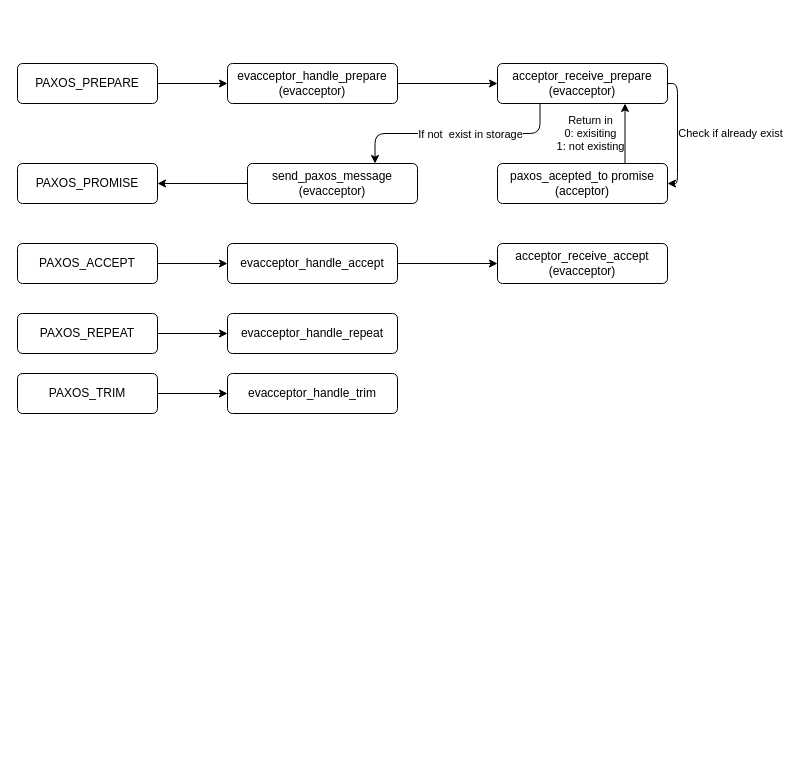
Earlier version of the draw.io diagram Dokumente/Diagramme/Gedankenstütze/Ablauf.drawio (AnonyMIkus/sciascid-libpaxos-d255f8b67a32). Source tidied: cells renumbered, new cells numbered last; positions are measured from the earlier drawing's top-left corner, leaving out a move shared by most shapes. Both pictures are drawn from the tidied source at 100%, with x=0, y=0 at pixel (17, 63).
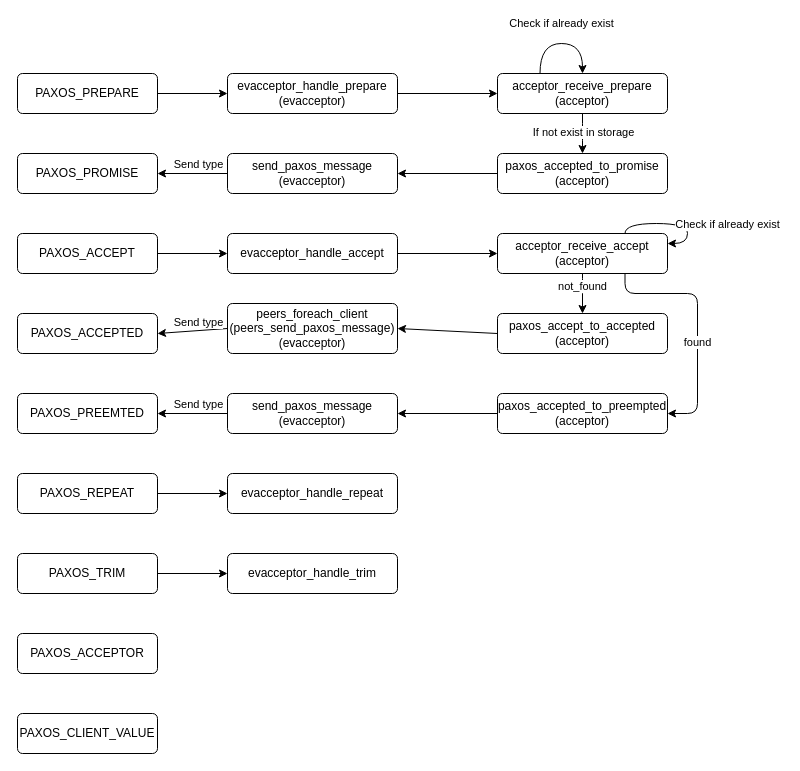
After the change.

The change refers to these unchanged cells:
```xml
<mxCell id="21" style="endArrow=classic;html=1;rounded=0;exitX=0;exitY=0.5;exitDx=0;exitDy=0;entryX=1;entryY=0.5;entryDx=0;entryDy=0;" parent="1" edge="1" source="20" target="17">
  <mxGeometry relative="1" as="geometry" />
</mxCell>
```

The edit, as a diff of the source:
```diff
@@
     <mxCell id="2" value="PAXOS_PREPARE" style="html=1;align=center;verticalAlign=middle;rounded=1;absoluteArcSize=1;arcSize=10;dashed=0;whiteSpace=wrap;" parent="1" vertex="1">
-      <mxGeometry width="140" height="40" as="geometry" />
+      <mxGeometry y="10" width="140" height="40" as="geometry" />
     </mxCell>
     <mxCell id="3" value="PAXOS_ACCEPT" style="html=1;align=center;verticalAlign=middle;rounded=1;absoluteArcSize=1;arcSize=10;dashed=0;whiteSpace=wrap;" parent="1" vertex="1">
-      <mxGeometry y="180" width="140" height="40" as="geometry" />
+      <mxGeometry y="170" width="140" height="40" as="geometry" />
     </mxCell>
     <mxCell id="4" value="PAXOS_TRIM" style="html=1;align=center;verticalAlign=middle;rounded=1;absoluteArcSize=1;arcSize=10;dashed=0;whiteSpace=wrap;" parent="1" vertex="1">
-      <mxGeometry y="310" width="140" height="40" as="geometry" />
+      <mxGeometry y="490" width="140" height="40" as="geometry" />
     </mxCell>
     <mxCell id="5" value="PAXOS_REPEAT" style="html=1;align=center;verticalAlign=middle;rounded=1;absoluteArcSize=1;arcSize=10;dashed=0;whiteSpace=wrap;" parent="1" vertex="1">
-      <mxGeometry y="250" width="140" height="40" as="geometry" />
+      <mxGeometry y="410" width="140" height="40" as="geometry" />
     </mxCell>
     <mxCell id="6" value="evacceptor_handle_prepare&lt;br&gt;(evacceptor)" style="html=1;align=center;verticalAlign=middle;rounded=1;absoluteArcSize=1;arcSize=10;dashed=0;whiteSpace=wrap;" parent="1" vertex="1">
-      <mxGeometry x="210" width="170" height="40" as="geometry" />
+      <mxGeometry x="210" y="10" width="170" height="40" as="geometry" />
     </mxCell>
     <mxCell id="7" value="evacceptor_handle_accept" style="html=1;align=center;verticalAlign=middle;rounded=1;absoluteArcSize=1;arcSize=10;dashed=0;whiteSpace=wrap;" parent="1" vertex="1">
-      <mxGeometry x="210" y="180" width="170" height="40" as="geometry" />
+      <mxGeometry x="210" y="170" width="170" height="40" as="geometry" />
     </mxCell>
     <mxCell id="8" value="evacceptor_handle_repeat" style="html=1;align=center;verticalAlign=middle;rounded=1;absoluteArcSize=1;arcSize=10;dashed=0;whiteSpace=wrap;" parent="1" vertex="1">
-      <mxGeometry x="210" y="250" width="170" height="40" as="geometry" />
+      <mxGeometry x="210" y="410" width="170" height="40" as="geometry" />
     </mxCell>
     <mxCell id="9" value="evacceptor_handle_trim" style="html=1;align=center;verticalAlign=middle;rounded=1;absoluteArcSize=1;arcSize=10;dashed=0;whiteSpace=wrap;" parent="1" vertex="1">
-      <mxGeometry x="210" y="310" width="170" height="40" as="geometry" />
+      <mxGeometry x="210" y="490" width="170" height="40" as="geometry" />
     </mxCell>
@@
-    <mxCell id="14" value="Return in&lt;br&gt;0: exisiting&lt;br&gt;1: not existing" style="edgeStyle=orthogonalEdgeStyle;rounded=1;jettySize=auto;html=1;exitX=0.75;exitY=0;exitDx=0;exitDy=0;entryX=0.75;entryY=1;entryDx=0;entryDy=0;" parent="1" edge="1" source="15" target="18">
-      <mxGeometry y="35" relative="1" as="geometry" />
+    <mxCell id="14" style="edgeStyle=orthogonalEdgeStyle;rounded=1;jettySize=auto;html=1;entryX=1;entryY=0.5;entryDx=0;entryDy=0;exitX=0;exitY=0.5;exitDx=0;exitDy=0;" parent="1" edge="1" source="15" target="20">
+      <mxGeometry y="48" relative="1" as="geometry">
+        <mxPoint x="1" as="offset" />
+      </mxGeometry>
     </mxCell>
-    <mxCell id="15" value="paxos_acepted_to promise&lt;br&gt;(acceptor)" style="html=1;align=center;verticalAlign=middle;rounded=1;absoluteArcSize=1;arcSize=10;dashed=0;whiteSpace=wrap;" parent="1" vertex="1">
-      <mxGeometry x="480" y="100" width="170" height="40" as="geometry" />
+    <mxCell id="15" value="paxos_accepted_to_promise&lt;br&gt;(acceptor)" style="html=1;align=center;verticalAlign=middle;rounded=1;absoluteArcSize=1;arcSize=10;dashed=0;whiteSpace=wrap;" parent="1" vertex="1">
+      <mxGeometry x="480" y="90" width="170" height="40" as="geometry" />
     </mxCell>
@@
     <mxCell id="17" value="PAXOS_PROMISE" style="html=1;align=center;verticalAlign=middle;rounded=1;absoluteArcSize=1;arcSize=10;dashed=0;whiteSpace=wrap;" parent="1" vertex="1">
-      <mxGeometry y="100" width="140" height="40" as="geometry" />
+      <mxGeometry y="90" width="140" height="40" as="geometry" />
     </mxCell>
-    <mxCell id="18" value="acceptor_receive_prepare&lt;br&gt;(evacceptor)" style="html=1;align=center;verticalAlign=middle;rounded=1;absoluteArcSize=1;arcSize=10;dashed=0;whiteSpace=wrap;" parent="1" vertex="1">
-      <mxGeometry x="480" width="170" height="40" as="geometry" />
+    <mxCell id="18" value="acceptor_receive_prepare&lt;br&gt;(acceptor)" style="html=1;align=center;verticalAlign=middle;rounded=1;absoluteArcSize=1;arcSize=10;dashed=0;whiteSpace=wrap;" parent="1" vertex="1">
+      <mxGeometry x="480" y="10" width="170" height="40" as="geometry" />
     </mxCell>
-    <mxCell id="19" value="Check if already exist" style="endArrow=classic;html=1;rounded=1;exitX=1;exitY=0.5;exitDx=0;exitDy=0;entryX=1;entryY=0.5;entryDx=0;entryDy=0;edgeStyle=orthogonalEdgeStyle;" parent="1" edge="1" source="18" target="15">
-      <mxGeometry y="53" relative="1" as="geometry" />
+    <mxCell id="19" value="Check if already exist" style="endArrow=classic;html=1;exitX=0.25;exitY=0;exitDx=0;exitDy=0;edgeStyle=orthogonalEdgeStyle;curved=1;entryX=0.5;entryY=0;entryDx=0;entryDy=0;" parent="1" edge="1" source="18" target="18">
+      <mxGeometry x="-0.01" y="20" relative="1" as="geometry">
+        <Array as="points">
+          <mxPoint x="523" y="-20" />
+          <mxPoint x="565" y="-20" />
+        </Array>
+      </mxGeometry>
     </mxCell>
     <mxCell id="20" value="send_paxos_message&lt;br&gt;(evacceptor)" style="html=1;align=center;verticalAlign=middle;rounded=1;absoluteArcSize=1;arcSize=10;dashed=0;whiteSpace=wrap;" parent="1" vertex="1">
-      <mxGeometry x="230" y="100" width="170" height="40" as="geometry" />
+      <mxGeometry x="210" y="90" width="170" height="40" as="geometry" />
     </mxCell>
@@
+    <mxCell id="26" value="Send type" style="edgeLabel;html=1;align=center;verticalAlign=middle;" parent="21" vertex="1">
+      <mxGeometry x="0.12" y="-2" relative="1" as="geometry">
+        <mxPoint x="9" y="-8" as="offset" />
+      </mxGeometry>
+    </mxCell>
-    <mxCell id="22" style="endArrow=classic;html=1;rounded=1;exitX=0.25;exitY=1;exitDx=0;exitDy=0;entryX=0.75;entryY=0;entryDx=0;entryDy=0;edgeStyle=elbowEdgeStyle;elbow=vertical;" parent="1" edge="1" source="18" target="20">
+    <mxCell id="22" style="endArrow=classic;html=1;rounded=1;exitX=0.5;exitY=1;exitDx=0;exitDy=0;edgeStyle=elbowEdgeStyle;elbow=vertical;" parent="1" edge="1" source="18" target="15">
       <mxGeometry relative="1" as="geometry" />
     </mxCell>
-    <mxCell id="23" value="If not&amp;nbsp; exist in storage" style="edgeLabel;html=1;align=center;verticalAlign=middle;" parent="22" vertex="1">
+    <mxCell id="23" value="If not exist in storage" style="edgeLabel;html=1;align=center;verticalAlign=middle;" parent="22" vertex="1">
       <mxGeometry x="-0.11" relative="1" as="geometry" />
     </mxCell>
-    <mxCell id="24" value="acceptor_receive_accept&lt;br&gt;(evacceptor)" style="html=1;align=center;verticalAlign=middle;rounded=1;absoluteArcSize=1;arcSize=10;dashed=0;whiteSpace=wrap;" parent="1" vertex="1">
-      <mxGeometry x="480" y="180" width="170" height="40" as="geometry" />
+    <mxCell id="24" value="acceptor_receive_accept&lt;br&gt;(acceptor)" style="html=1;align=center;verticalAlign=middle;rounded=1;absoluteArcSize=1;arcSize=10;dashed=0;whiteSpace=wrap;" parent="1" vertex="1">
+      <mxGeometry x="480" y="170" width="170" height="40" as="geometry" />
     </mxCell>
@@
+    <mxCell id="27" value="PAXOS_ACCEPTED" style="html=1;align=center;verticalAlign=middle;rounded=1;absoluteArcSize=1;arcSize=10;dashed=0;whiteSpace=wrap;" parent="1" vertex="1">
+      <mxGeometry y="250" width="140" height="40" as="geometry" />
+    </mxCell>
+    <mxCell id="28" value="PAXOS_ACCEPTOR" style="html=1;align=center;verticalAlign=middle;rounded=1;absoluteArcSize=1;arcSize=10;dashed=0;whiteSpace=wrap;" parent="1" vertex="1">
+      <mxGeometry y="570" width="140" height="40" as="geometry" />
+    </mxCell>
+    <mxCell id="29" value="PAXOS_CLIENT_VALUE" style="html=1;align=center;verticalAlign=middle;rounded=1;absoluteArcSize=1;arcSize=10;dashed=0;whiteSpace=wrap;" parent="1" vertex="1">
+      <mxGeometry y="650" width="140" height="40" as="geometry" />
+    </mxCell>
+    <mxCell id="30" value="PAXOS_PREEMTED" style="html=1;align=center;verticalAlign=middle;rounded=1;absoluteArcSize=1;arcSize=10;dashed=0;whiteSpace=wrap;" parent="1" vertex="1">
+      <mxGeometry y="330" width="140" height="40" as="geometry" />
+    </mxCell>
+    <mxCell id="31" style="edgeStyle=orthogonalEdgeStyle;rounded=1;jettySize=auto;html=1;exitX=0.5;exitY=1;exitDx=0;exitDy=0;entryX=0.5;entryY=0;entryDx=0;entryDy=0;" parent="1" edge="1" source="24" target="33">
+      <mxGeometry y="47" relative="1" as="geometry">
+        <Array as="points">
+          <mxPoint x="565" y="220" />
+          <mxPoint x="565" y="220" />
+        </Array>
+      </mxGeometry>
+    </mxCell>
+    <mxCell id="32" value="not_found" style="edgeLabel;html=1;align=center;verticalAlign=middle;" parent="31" vertex="1">
+      <mxGeometry x="-0.4" y="-1" relative="1" as="geometry" />
+    </mxCell>
+    <mxCell id="33" value="paxos_accept_to_accepted&lt;br&gt;(acceptor)" style="html=1;align=center;verticalAlign=middle;rounded=1;absoluteArcSize=1;arcSize=10;dashed=0;whiteSpace=wrap;" parent="1" vertex="1">
+      <mxGeometry x="480" y="250" width="170" height="40" as="geometry" />
+    </mxCell>
+    <mxCell id="34" value="Check if already exist" style="endArrow=classic;html=1;entryX=1;entryY=0.25;entryDx=0;entryDy=0;edgeStyle=orthogonalEdgeStyle;exitX=0.75;exitY=0;exitDx=0;exitDy=0;curved=1;" parent="1" edge="1" source="24" target="24">
+      <mxGeometry x="0.29" y="40" relative="1" as="geometry">
+        <Array as="points">
+          <mxPoint x="608" y="160" />
+          <mxPoint x="670" y="160" />
+          <mxPoint x="670" y="180" />
+        </Array>
+      </mxGeometry>
+    </mxCell>
+    <mxCell id="35" value="paxos_accepted_to_preempted&lt;br&gt;(acceptor)" style="html=1;align=center;verticalAlign=middle;rounded=1;absoluteArcSize=1;arcSize=10;dashed=0;whiteSpace=wrap;" parent="1" vertex="1">
+      <mxGeometry x="480" y="330" width="170" height="40" as="geometry" />
+    </mxCell>
+    <mxCell id="36" style="endArrow=classic;html=1;rounded=1;entryX=1;entryY=0.5;entryDx=0;entryDy=0;exitX=0.75;exitY=1;exitDx=0;exitDy=0;edgeStyle=orthogonalEdgeStyle;" parent="1" edge="1" source="24" target="35">
+      <mxGeometry relative="1" as="geometry">
+        <Array as="points">
+          <mxPoint x="608" y="230" />
+          <mxPoint x="680" y="230" />
+          <mxPoint x="680" y="350" />
+        </Array>
+      </mxGeometry>
+    </mxCell>
+    <mxCell id="37" value="found" style="edgeLabel;html=1;align=center;verticalAlign=middle;" parent="36" vertex="1">
+      <mxGeometry x="0.16" y="-1" relative="1" as="geometry" />
+    </mxCell>
+    <mxCell id="38" value="peers_foreach_client&lt;br&gt;(peers_send_paxos_message)&lt;br&gt;(evacceptor)" style="html=1;align=center;verticalAlign=middle;rounded=1;absoluteArcSize=1;arcSize=10;dashed=0;whiteSpace=wrap;" parent="1" vertex="1">
+      <mxGeometry x="210" y="240" width="170" height="50" as="geometry" />
+    </mxCell>
+    <mxCell id="39" value="send_paxos_message&lt;br&gt;(evacceptor)" style="html=1;align=center;verticalAlign=middle;rounded=1;absoluteArcSize=1;arcSize=10;dashed=0;whiteSpace=wrap;" parent="1" vertex="1">
+      <mxGeometry x="210" y="330" width="170" height="40" as="geometry" />
+    </mxCell>
+    <mxCell id="40" style="endArrow=classic;html=1;rounded=0;exitX=0;exitY=0.5;exitDx=0;exitDy=0;entryX=1;entryY=0.5;entryDx=0;entryDy=0;" parent="1" edge="1" source="35" target="39">
+      <mxGeometry relative="1" as="geometry" />
+    </mxCell>
+    <mxCell id="41" style="endArrow=classic;html=1;rounded=0;exitX=0;exitY=0.5;exitDx=0;exitDy=0;entryX=1;entryY=0.5;entryDx=0;entryDy=0;" parent="1" edge="1" source="33" target="38">
+      <mxGeometry relative="1" as="geometry" />
+    </mxCell>
+    <mxCell id="42" style="endArrow=classic;html=1;rounded=0;exitX=0;exitY=0.5;exitDx=0;exitDy=0;entryX=1;entryY=0.5;entryDx=0;entryDy=0;" parent="1" edge="1" source="39" target="30">
+      <mxGeometry relative="1" as="geometry" />
+    </mxCell>
+    <mxCell id="43" value="Send type" style="edgeLabel;html=1;align=center;verticalAlign=middle;" parent="42" vertex="1">
+      <mxGeometry x="0.31" relative="1" as="geometry">
+        <mxPoint x="16" y="-10" as="offset" />
+      </mxGeometry>
+    </mxCell>
+    <mxCell id="44" style="endArrow=classic;html=1;rounded=0;exitX=0;exitY=0.5;exitDx=0;exitDy=0;entryX=1;entryY=0.5;entryDx=0;entryDy=0;" parent="1" edge="1" source="38" target="27">
+      <mxGeometry relative="1" as="geometry" />
+    </mxCell>
+    <mxCell id="45" value="Send type" style="edgeLabel;html=1;align=center;verticalAlign=middle;" parent="44" vertex="1">
+      <mxGeometry x="0.25" y="-1" relative="1" as="geometry">
+        <mxPoint x="14" y="-9" as="offset" />
+      </mxGeometry>
+    </mxCell>
```
